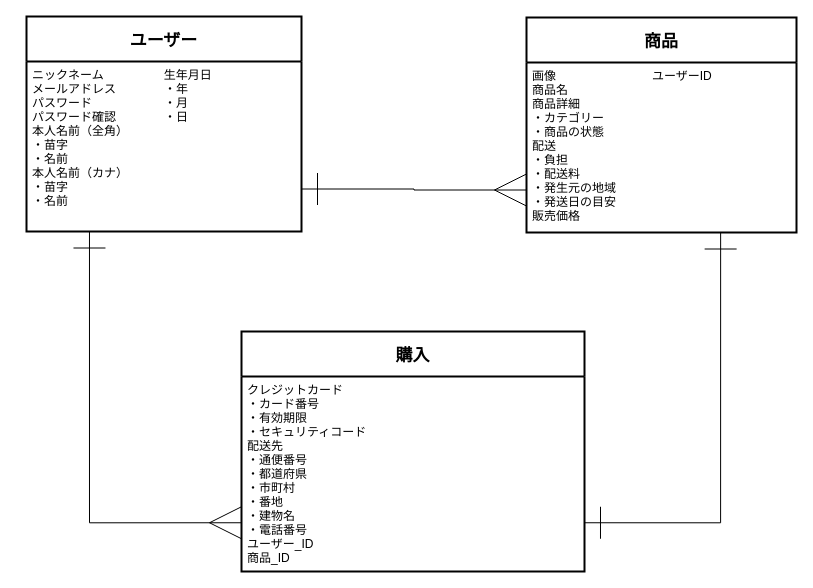
Earlier version of the draw.io diagram ER.dio (tsuji-t/furima-34503). Source tidied: cells renumbered, new cells numbered last; positions are measured from the earlier drawing's top-left corner, leaving out a move shared by most shapes. Both pictures are drawn from the tidied source at 100%, with x=0, y=0 at pixel (26, 16).
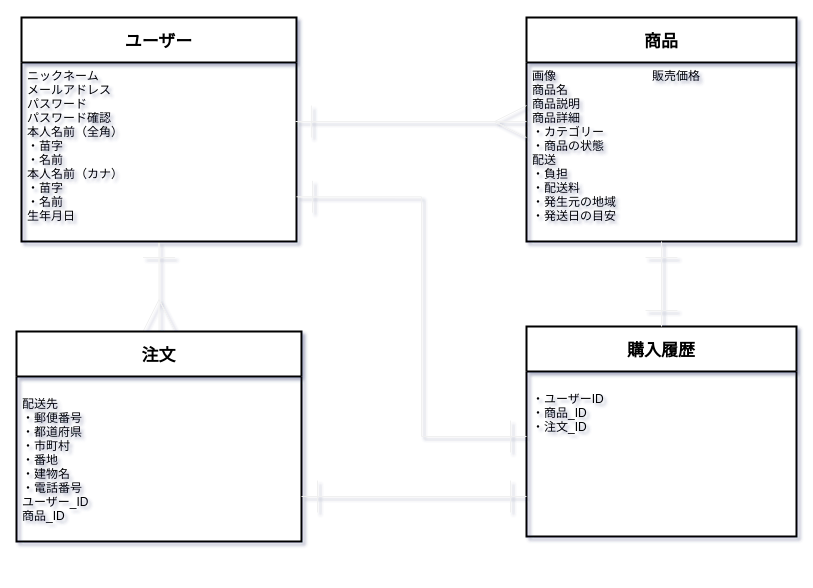
After the change.

Commit message (it also covers changes not shown here):
データベース修正

Change to the diagram source:
```diff
@@
-<mxGraphModel>
+<mxGraphModel shadow="1">
   <root>
     <mxCell id="0" />
     <mxCell id="1" parent="0" />
+    <mxCell id="11" style="edgeStyle=orthogonalEdgeStyle;rounded=0;jettySize=auto;html=1;startArrow=ERone;startFill=0;startSize=30;sourcePerimeterSpacing=20;endArrow=ERmany;endFill=0;endSize=30;targetPerimeterSpacing=20;strokeColor=#f0f0f0;strokeWidth=1;fontSize=12;entryX=0.5;entryY=0;entryDx=0;entryDy=0;exitX=0.5;exitY=1;exitDx=0;exitDy=0;" parent="1" edge="1" source="3" target="4">
+      <mxGeometry relative="1" as="geometry" />
+    </mxCell>
-    <mxCell id="2" value="ユーザー" style="swimlane;horizontal=1;startSize=45;rounded=1;fontSize=17;fontStyle=1;strokeWidth=2;shadow=0;dashed=0;align=center;arcSize=0;" parent="1" vertex="1">
-      <mxGeometry width="275" height="215" as="geometry" />
+    <mxCell id="2" value="ユーザー" style="swimlane;horizontal=1;startSize=45;fontSize=17;fontStyle=1;strokeWidth=2;shadow=0;dashed=0;align=center;arcSize=0;" parent="1" vertex="1">
+      <mxGeometry x="-5" y="1" width="275" height="224" as="geometry" />
     </mxCell>
-    <mxCell id="3" value="ニックネーム　　　　　生年月日&#10;メールアドレス　　　　・年&#10;パスワード　　　　　　・月&#10;パスワード確認　　　　・日&#10;本人名前（全角）&#10;・苗字&#10;・名前&#10;本人名前（カナ）&#10;・苗字&#10;・名前&#10;" style="align=left;strokeColor=none;fillColor=none;spacingLeft=4;fontSize=12;verticalAlign=top;fontStyle=0;" parent="2" vertex="1">
-      <mxGeometry y="45" width="275" height="170" as="geometry" />
+    <mxCell id="3" value="ニックネーム　　　　　&#10;メールアドレス　　　　&#10;パスワード　　　　　　&#10;パスワード確認&#10;本人名前（全角）&#10;・苗字&#10;・名前&#10;本人名前（カナ）&#10;・苗字&#10;・名前&#10;生年月日" style="align=left;strokeColor=none;fillColor=none;spacingLeft=4;fontSize=12;verticalAlign=top;fontStyle=0;" parent="2" vertex="1">
+      <mxGeometry y="45" width="275" height="179" as="geometry" />
     </mxCell>
-    <mxCell id="4" value="購入" style="swimlane;horizontal=1;startSize=45;rounded=1;fontSize=17;fontStyle=1;strokeWidth=2;shadow=0;dashed=0;align=center;arcSize=0;" parent="1" vertex="1">
-      <mxGeometry x="215" y="315" width="343" height="240" as="geometry" />
+    <mxCell id="4" value="注文" style="swimlane;horizontal=1;startSize=45;fontSize=17;fontStyle=1;strokeWidth=2;shadow=0;dashed=0;align=center;arcSize=0;" parent="1" vertex="1">
+      <mxGeometry x="-10" y="315" width="285" height="210" as="geometry" />
     </mxCell>
-    <mxCell id="5" value="クレジットカード&#10;・カード番号&#10;・有効期限&#10;・セキュリティコード&#10;配送先&#10;・通便番号&#10;・都道府県&#10;・市町村&#10;・番地&#10;・建物名&#10;・電話番号&#10;ユーザー_ID&#10;商品_ID&#10;" style="align=left;strokeColor=none;fillColor=none;spacingLeft=4;fontSize=12;verticalAlign=top;fontStyle=0;horizontal=1;" parent="4" vertex="1">
-      <mxGeometry y="45" width="343" height="195" as="geometry" />
+    <mxCell id="5" value="&#10;配送先&#10;・郵便番号&#10;・都道府県&#10;・市町村&#10;・番地&#10;・建物名&#10;・電話番号&#10;ユーザー_ID&#10;商品_ID&#10;" style="align=left;strokeColor=none;fillColor=none;spacingLeft=4;fontSize=12;verticalAlign=top;fontStyle=0;horizontal=1;" parent="4" vertex="1">
+      <mxGeometry y="45" width="285" height="165" as="geometry" />
     </mxCell>
-    <mxCell id="6" value="商品" style="swimlane;horizontal=1;startSize=45;rounded=1;fontSize=17;fontStyle=1;strokeWidth=2;shadow=0;dashed=0;align=center;arcSize=0;noLabel=0;" parent="1" vertex="1">
-      <mxGeometry x="500" y="1" width="270" height="215" as="geometry" />
+    <mxCell id="6" value="商品" style="swimlane;horizontal=1;startSize=45;fontSize=17;fontStyle=1;strokeWidth=2;shadow=0;dashed=0;align=center;arcSize=0;noLabel=0;" parent="1" vertex="1">
+      <mxGeometry x="500" y="1" width="270" height="224" as="geometry" />
     </mxCell>
-    <mxCell id="7" value="画像　　　　　　　　ユーザーID&#10;商品名&#10;商品詳細&#10;・カテゴリー&#10;・商品の状態&#10;配送&#10;・負担&#10;・配送料&#10;・発生元の地域&#10;・発送日の目安&#10;販売価格" style="align=left;strokeColor=none;fillColor=none;spacingLeft=4;fontSize=12;verticalAlign=top;fontStyle=0;" parent="6" vertex="1">
-      <mxGeometry y="45" width="270" height="170" as="geometry" />
+    <mxCell id="7" value="画像　　　　　　　　販売価格&#10;商品名&#10;商品説明&#10;商品詳細&#10;・カテゴリー&#10;・商品の状態&#10;配送&#10;・負担&#10;・配送料&#10;・発生元の地域&#10;・発送日の目安&#10;" style="align=left;strokeColor=none;fillColor=none;spacingLeft=4;fontSize=12;verticalAlign=top;fontStyle=0;" parent="6" vertex="1">
+      <mxGeometry y="45" width="270" height="179" as="geometry" />
     </mxCell>
-    <mxCell id="8" style="edgeStyle=orthogonalEdgeStyle;rounded=0;jettySize=auto;html=1;exitX=1;exitY=0.75;exitDx=0;exitDy=0;entryX=0;entryY=0.75;entryDx=0;entryDy=0;fontSize=17;endArrow=ERmany;endFill=0;startArrow=ERone;startFill=0;endSize=30;startSize=30;targetPerimeterSpacing=20;sourcePerimeterSpacing=20;" parent="1" edge="1" source="3" target="7">
+    <mxCell id="8" style="edgeStyle=orthogonalEdgeStyle;rounded=0;jettySize=auto;html=1;exitX=0.996;exitY=0.33;exitDx=0;exitDy=0;startArrow=ERone;startFill=0;startSize=30;sourcePerimeterSpacing=20;endArrow=ERmany;endFill=0;endSize=30;targetPerimeterSpacing=20;strokeColor=#f0f0f0;strokeWidth=1;fontSize=12;entryX=0;entryY=0.33;entryDx=0;entryDy=0;exitPerimeter=0;entryPerimeter=0;" parent="1" edge="1" source="3" target="7">
       <mxGeometry relative="1" as="geometry" />
     </mxCell>
-    <mxCell id="9" style="edgeStyle=orthogonalEdgeStyle;rounded=0;jettySize=auto;html=1;exitX=1;exitY=0.75;exitDx=0;exitDy=0;fontSize=17;entryX=0.719;entryY=1.003;entryDx=0;entryDy=0;entryPerimeter=0;verticalAlign=bottom;endArrow=ERone;endFill=0;startArrow=ERone;startFill=0;endSize=30;startSize=30;" parent="1" edge="1" source="5" target="7">
-      <mxGeometry relative="1" as="geometry" />
-    </mxCell>
-    <mxCell id="10" style="edgeStyle=orthogonalEdgeStyle;rounded=0;jettySize=auto;html=1;exitX=0;exitY=0.75;exitDx=0;exitDy=0;entryX=0.229;entryY=1.003;entryDx=0;entryDy=0;entryPerimeter=0;fontSize=17;verticalAlign=middle;startArrow=ERmany;startFill=0;strokeWidth=1;sourcePerimeterSpacing=20;endArrow=ERone;endFill=0;endSize=30;startSize=30;targetPerimeterSpacing=20;" parent="1" edge="1" source="5" target="3">
-      <mxGeometry relative="1" as="geometry" />
-    </mxCell>
+    <mxCell id="12" value="購入履歴" style="swimlane;horizontal=1;startSize=45;fontSize=17;fontStyle=1;strokeWidth=2;shadow=0;dashed=0;align=center;arcSize=0;" parent="1" vertex="1">
+      <mxGeometry x="500" y="310" width="270" height="210" as="geometry" />
+    </mxCell>
+    <mxCell id="13" value="&#10;・ユーザーID&#10;・商品_ID&#10;・注文_ID" style="align=left;strokeColor=none;fillColor=none;spacingLeft=4;fontSize=12;verticalAlign=top;fontStyle=0;horizontal=1;" parent="12" vertex="1">
+      <mxGeometry y="45" width="270" height="165" as="geometry" />
+    </mxCell>
+    <mxCell id="14" style="edgeStyle=orthogonalEdgeStyle;rounded=0;orthogonalLoop=1;jettySize=auto;html=1;startArrow=ERone;startFill=0;startSize=30;sourcePerimeterSpacing=20;endArrow=ERone;endFill=0;endSize=30;targetPerimeterSpacing=20;strokeColor=#f0f0f0;strokeWidth=1;fontSize=12;" parent="1" edge="1">
+      <mxGeometry relative="1" as="geometry">
+        <mxPoint x="275" y="480" as="sourcePoint" />
+        <mxPoint x="500" y="480" as="targetPoint" />
+        <Array as="points">
+          <mxPoint x="275" y="480" />
+          <mxPoint x="500" y="480" />
+        </Array>
+      </mxGeometry>
+    </mxCell>
+    <mxCell id="15" style="edgeStyle=orthogonalEdgeStyle;rounded=0;jettySize=auto;html=1;startArrow=ERone;startFill=0;startSize=30;sourcePerimeterSpacing=20;endArrow=ERone;endFill=0;endSize=30;targetPerimeterSpacing=20;strokeColor=#f0f0f0;strokeWidth=1;fontSize=12;exitX=0.5;exitY=1;exitDx=0;exitDy=0;entryX=0.5;entryY=0;entryDx=0;entryDy=0;" parent="1" edge="1" source="7" target="12">
+      <mxGeometry relative="1" as="geometry" />
+    </mxCell>
+    <mxCell id="16" style="edgeStyle=orthogonalEdgeStyle;rounded=0;jettySize=auto;html=1;exitX=1;exitY=0.75;exitDx=0;exitDy=0;startArrow=ERone;startFill=0;startSize=30;sourcePerimeterSpacing=20;endArrow=ERone;endFill=0;endSize=30;targetPerimeterSpacing=20;strokeColor=#f0f0f0;strokeWidth=1;fontSize=12;" parent="1" edge="1" source="3">
+      <mxGeometry relative="1" as="geometry">
+        <mxPoint x="500" y="420" as="targetPoint" />
+        <Array as="points">
+          <mxPoint x="395" y="180" />
+          <mxPoint x="395" y="420" />
+          <mxPoint x="500" y="420" />
+        </Array>
+      </mxGeometry>
+    </mxCell>
   </root>
 </mxGraphModel>
```
